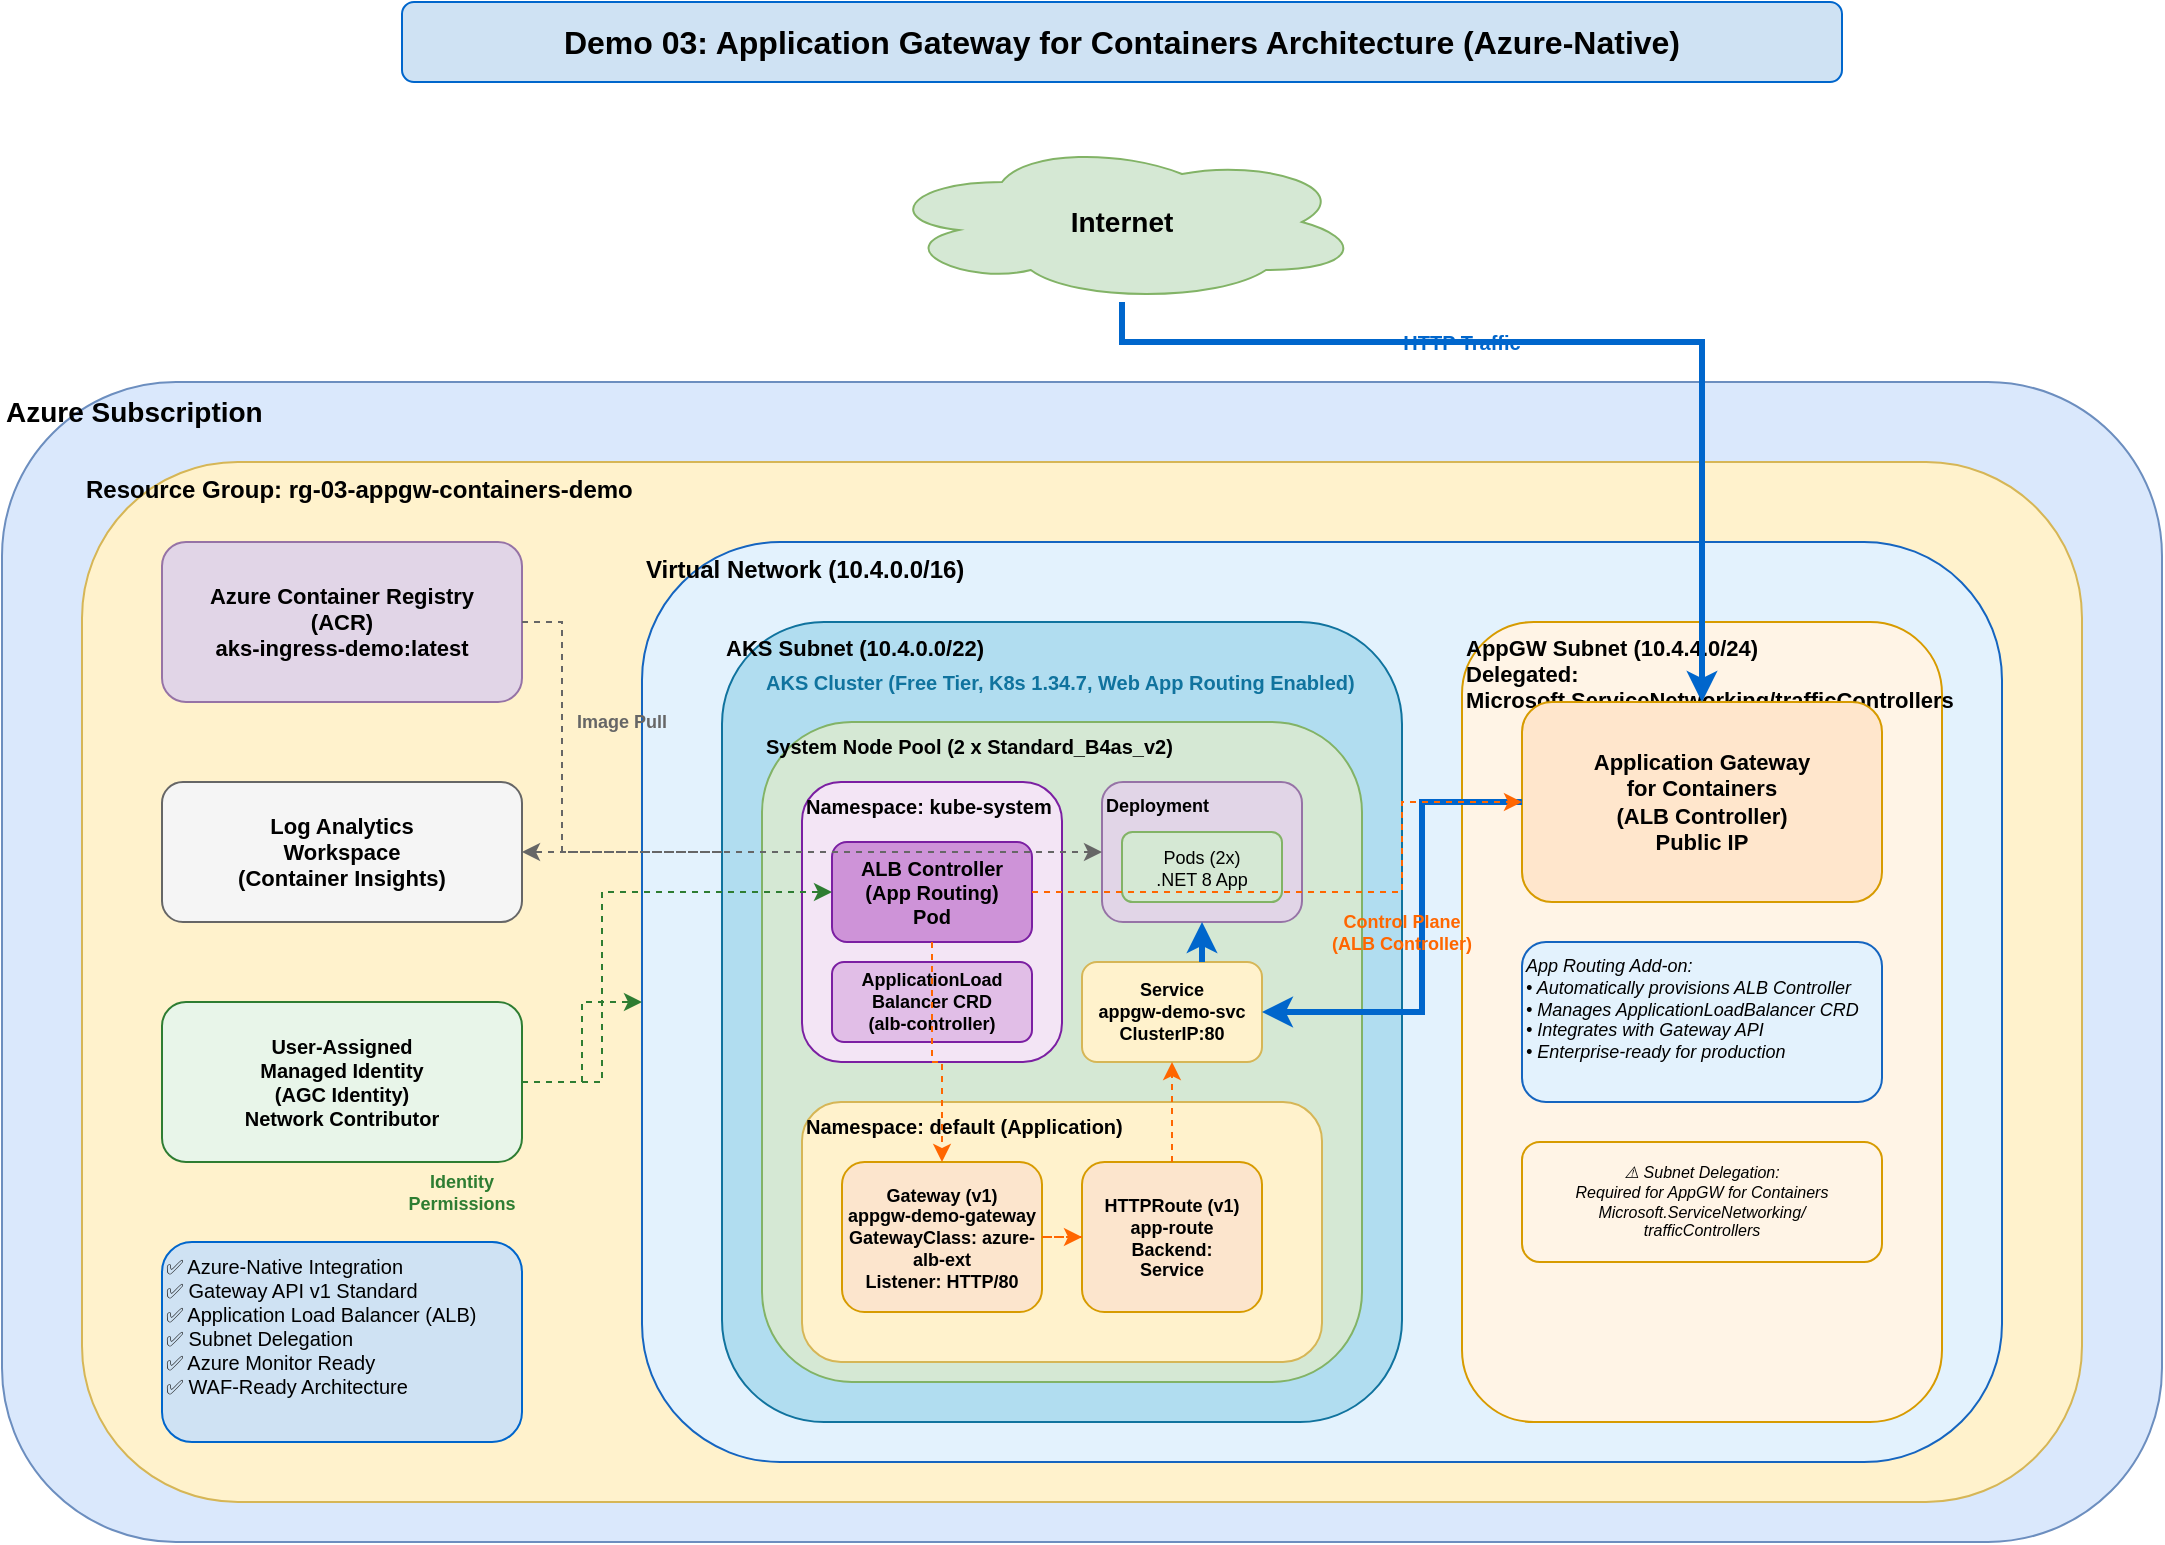
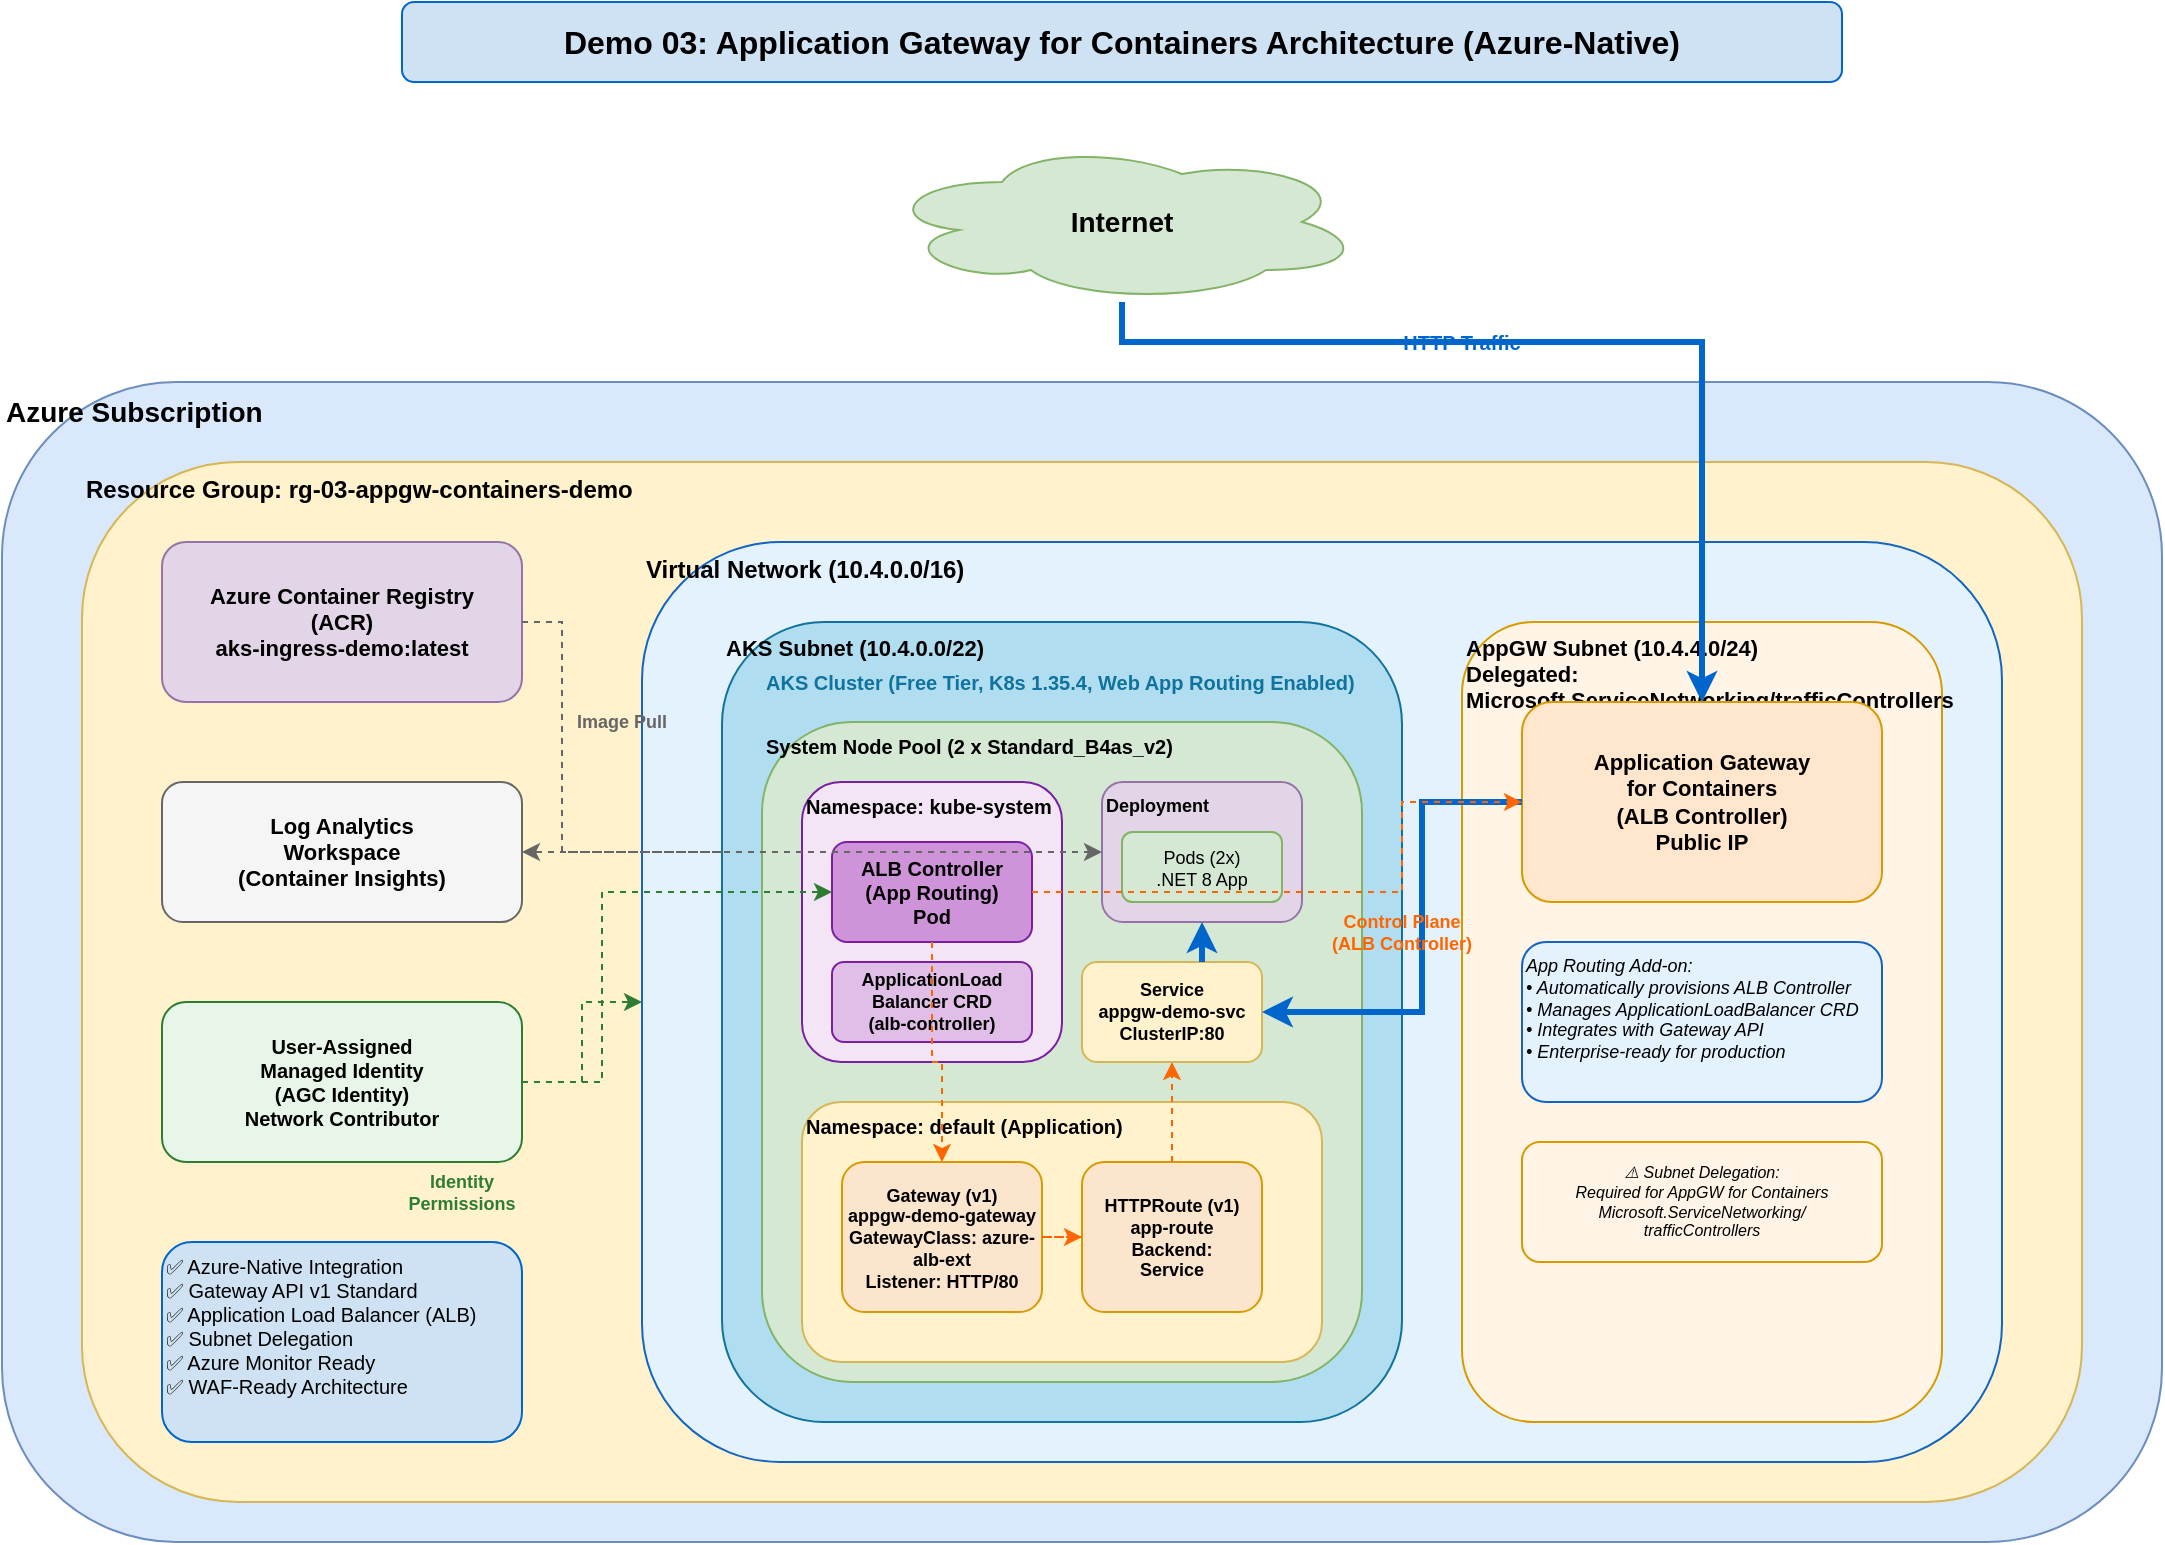
<mxfile host="app.diagrams.net" modified="2026-05-21T12:17:00.000Z" agent="draw.io" version="24.0.0">
  <diagram name="Application Gateway for Containers Architecture" id="appgw-containers-arch">
    <mxGraphModel dx="1422" dy="794" grid="1" gridSize="10" guides="1" tooltips="1" connect="1" arrows="1" fold="1" page="1" pageScale="1" pageWidth="1169" pageHeight="827" math="0" shadow="0">
      <root>
        <mxCell id="0" />
        <mxCell id="1" parent="0" />

        <!-- Title -->
        <mxCell id="title" value="Demo 03: Application Gateway for Containers Architecture (Azure-Native)" style="text;html=1;strokeColor=#0066cc;fillColor=#cfe2f3;align=center;verticalAlign=middle;whiteSpace=wrap;rounded=1;fontStyle=1;fontSize=16;" vertex="1" parent="1">
          <mxGeometry x="240" y="30" width="720" height="40" as="geometry" />
        </mxCell>

        <!-- Internet Cloud -->
        <mxCell id="internet" value="Internet" style="ellipse;shape=cloud;whiteSpace=wrap;html=1;fillColor=#d5e8d4;strokeColor=#82b366;fontSize=14;fontStyle=1" vertex="1" parent="1">
          <mxGeometry x="480" y="100" width="240" height="80" as="geometry" />
        </mxCell>

        <!-- Azure Subscription Box -->
        <mxCell id="azure-sub" value="Azure Subscription" style="rounded=1;whiteSpace=wrap;html=1;fillColor=#dae8fc;strokeColor=#6c8ebf;verticalAlign=top;fontStyle=1;fontSize=14;align=left;" vertex="1" parent="1">
          <mxGeometry x="40" y="220" width="1080" height="580" as="geometry" />
        </mxCell>

        <!-- Resource Group -->
        <mxCell id="rg" value="Resource Group: rg-03-appgw-containers-demo" style="rounded=1;whiteSpace=wrap;html=1;fillColor=#fff2cc;strokeColor=#d6b656;verticalAlign=top;fontStyle=1;fontSize=12;align=left;" vertex="1" parent="1">
          <mxGeometry x="80" y="260" width="1000" height="520" as="geometry" />
        </mxCell>

        <!-- Virtual Network -->
        <mxCell id="vnet" value="Virtual Network (10.4.0.0/16)" style="rounded=1;whiteSpace=wrap;html=1;fillColor=#e3f2fd;strokeColor=#1565c0;verticalAlign=top;fontStyle=1;fontSize=12;align=left;" vertex="1" parent="1">
          <mxGeometry x="360" y="300" width="680" height="460" as="geometry" />
        </mxCell>

        <!-- AKS Subnet -->
        <mxCell id="aks-subnet" value="AKS Subnet (10.4.0.0/22)" style="rounded=1;whiteSpace=wrap;html=1;fillColor=#b1ddf0;strokeColor=#10739e;verticalAlign=top;fontStyle=1;fontSize=11;align=left;" vertex="1" parent="1">
          <mxGeometry x="400" y="340" width="340" height="400" as="geometry" />
        </mxCell>

        <!-- AppGW Subnet -->
        <mxCell id="appgw-subnet" value="AppGW Subnet (10.4.4.0/24)&#xa;Delegated: Microsoft.ServiceNetworking/trafficControllers" style="rounded=1;whiteSpace=wrap;html=1;fillColor=#fff4e6;strokeColor=#d79b00;verticalAlign=top;fontStyle=1;fontSize=11;align=left;" vertex="1" parent="1">
          <mxGeometry x="770" y="340" width="240" height="400" as="geometry" />
        </mxCell>

        <!-- Azure Container Registry -->
        <mxCell id="acr" value="Azure Container Registry&#xa;(ACR)&#xa;aks-ingress-demo:latest" style="rounded=1;whiteSpace=wrap;html=1;fillColor=#e1d5e7;strokeColor=#9673a6;fontSize=11;fontStyle=1" vertex="1" parent="1">
          <mxGeometry x="120" y="300" width="180" height="80" as="geometry" />
        </mxCell>

        <!-- Application Gateway for Containers -->
        <mxCell id="appgw" value="Application Gateway&#xa;for Containers&#xa;(ALB Controller)&#xa;Public IP" style="rounded=1;whiteSpace=wrap;html=1;fillColor=#ffe6cc;strokeColor=#d79b00;fontSize=11;fontStyle=1" vertex="1" parent="1">
          <mxGeometry x="800" y="380" width="180" height="100" as="geometry" />
        </mxCell>

        <!-- AKS Cluster -->
-         <mxCell id="aks-label" value="AKS Cluster (Free Tier, K8s 1.34.7, Web App Routing Enabled)" style="text;html=1;strokeColor=none;fillColor=none;align=left;verticalAlign=middle;whiteSpace=wrap;fontSize=10;fontStyle=1;fontColor=#10739e" vertex="1" parent="1">
+         <mxCell id="aks-label" value="AKS Cluster (Free Tier, K8s 1.35.4, Web App Routing Enabled)" style="text;html=1;strokeColor=none;fillColor=none;align=left;verticalAlign=middle;whiteSpace=wrap;fontSize=10;fontStyle=1;fontColor=#10739e" vertex="1" parent="1">
          <mxGeometry x="420" y="360" width="300" height="20" as="geometry" />
        </mxCell>

        <!-- System Node Pool -->
        <mxCell id="nodepool" value="System Node Pool (2 x Standard_B4as_v2)" style="rounded=1;whiteSpace=wrap;html=1;fillColor=#d5e8d4;strokeColor=#82b366;verticalAlign=top;fontStyle=1;fontSize=10;align=left;" vertex="1" parent="1">
          <mxGeometry x="420" y="390" width="300" height="330" as="geometry" />
        </mxCell>

        <!-- Namespace: kube-system -->
        <mxCell id="kube-system" value="Namespace: kube-system" style="rounded=1;whiteSpace=wrap;html=1;fillColor=#f3e5f5;strokeColor=#7b1fa2;verticalAlign=top;fontStyle=1;fontSize=10;align=left;" vertex="1" parent="1">
          <mxGeometry x="440" y="420" width="130" height="140" as="geometry" />
        </mxCell>

        <!-- ALB Controller -->
        <mxCell id="alb-controller" value="ALB Controller&#xa;(App Routing)&#xa;Pod" style="rounded=1;whiteSpace=wrap;html=1;fillColor=#ce93d8;strokeColor=#7b1fa2;fontSize=10;fontStyle=1" vertex="1" parent="1">
          <mxGeometry x="455" y="450" width="100" height="50" as="geometry" />
        </mxCell>

        <!-- ApplicationLoadBalancer CRD -->
        <mxCell id="alb-crd" value="ApplicationLoad&#xa;Balancer CRD&#xa;(alb-controller)" style="rounded=1;whiteSpace=wrap;html=1;fillColor=#e1bee7;strokeColor=#7b1fa2;fontSize=9;fontStyle=1" vertex="1" parent="1">
          <mxGeometry x="455" y="510" width="100" height="40" as="geometry" />
        </mxCell>

        <!-- Namespace: default -->
        <mxCell id="default-ns" value="Namespace: default (Application)" style="rounded=1;whiteSpace=wrap;html=1;fillColor=#fff2cc;strokeColor=#d6b656;verticalAlign=top;fontStyle=1;fontSize=10;align=left;" vertex="1" parent="1">
          <mxGeometry x="440" y="580" width="260" height="130" as="geometry" />
        </mxCell>

        <!-- Gateway Resource -->
        <mxCell id="gateway" value="Gateway (v1)&#xa;appgw-demo-gateway&#xa;GatewayClass: azure-alb-ext&#xa;Listener: HTTP/80" style="rounded=1;whiteSpace=wrap;html=1;fillColor=#fce5cd;strokeColor=#d79b00;fontSize=9;fontStyle=1" vertex="1" parent="1">
          <mxGeometry x="460" y="610" width="100" height="75" as="geometry" />
        </mxCell>

        <!-- HTTPRoute -->
        <mxCell id="httproute" value="HTTPRoute (v1)&#xa;app-route&#xa;Backend:&#xa;Service" style="rounded=1;whiteSpace=wrap;html=1;fillColor=#fce5cd;strokeColor=#d79b00;fontSize=9;fontStyle=1" vertex="1" parent="1">
          <mxGeometry x="580" y="610" width="90" height="75" as="geometry" />
        </mxCell>

        <!-- Service -->
        <mxCell id="service" value="Service&#xa;appgw-demo-svc&#xa;ClusterIP:80" style="rounded=1;whiteSpace=wrap;html=1;fillColor=#fff2cc;strokeColor=#d6b656;fontSize=9;fontStyle=1" vertex="1" parent="1">
          <mxGeometry x="580" y="510" width="90" height="50" as="geometry" />
        </mxCell>

        <!-- Deployment -->
        <mxCell id="deployment" value="Deployment" style="rounded=1;whiteSpace=wrap;html=1;fillColor=#e1d5e7;strokeColor=#9673a6;verticalAlign=top;fontStyle=1;fontSize=9;align=left;" vertex="1" parent="1">
          <mxGeometry x="590" y="420" width="100" height="70" as="geometry" />
        </mxCell>

        <mxCell id="pods" value="Pods (2x)&#xa;.NET 8 App" style="rounded=1;whiteSpace=wrap;html=1;fillColor=#d5e8d4;strokeColor=#82b366;fontSize=9" vertex="1" parent="1">
          <mxGeometry x="600" y="445" width="80" height="35" as="geometry" />
        </mxCell>

        <!-- Log Analytics -->
        <mxCell id="logs" value="Log Analytics&#xa;Workspace&#xa;(Container Insights)" style="rounded=1;whiteSpace=wrap;html=1;fillColor=#f5f5f5;strokeColor=#666666;fontSize=11;fontStyle=1" vertex="1" parent="1">
          <mxGeometry x="120" y="420" width="180" height="70" as="geometry" />
        </mxCell>

        <!-- User Managed Identity -->
        <mxCell id="identity" value="User-Assigned&#xa;Managed Identity&#xa;(AGC Identity)&#xa;Network Contributor" style="rounded=1;whiteSpace=wrap;html=1;fillColor=#e8f5e9;strokeColor=#2e7d32;fontSize=10;fontStyle=1" vertex="1" parent="1">
          <mxGeometry x="120" y="530" width="180" height="80" as="geometry" />
        </mxCell>

        <!-- Traffic Arrows -->
        <mxCell id="arrow1" style="edgeStyle=orthogonalEdgeStyle;rounded=0;orthogonalLoop=1;jettySize=auto;html=1;strokeWidth=3;strokeColor=#0066CC;" edge="1" parent="1" source="internet" target="appgw">
          <mxGeometry relative="1" as="geometry">
            <Array as="points">
              <mxPoint x="600" y="200" />
              <mxPoint x="890" y="200" />
            </Array>
          </mxGeometry>
        </mxCell>

        <mxCell id="arrow2" style="edgeStyle=orthogonalEdgeStyle;rounded=0;orthogonalLoop=1;jettySize=auto;html=1;strokeWidth=3;strokeColor=#0066CC;" edge="1" parent="1" source="appgw" target="service">
          <mxGeometry relative="1" as="geometry">
            <Array as="points">
              <mxPoint x="750" y="430" />
              <mxPoint x="750" y="535" />
            </Array>
          </mxGeometry>
        </mxCell>

        <mxCell id="arrow3" style="edgeStyle=orthogonalEdgeStyle;rounded=0;orthogonalLoop=1;jettySize=auto;html=1;strokeWidth=3;strokeColor=#0066CC;" edge="1" parent="1" source="service" target="deployment">
          <mxGeometry relative="1" as="geometry">
            <Array as="points">
              <mxPoint x="640" y="505" />
              <mxPoint x="640" y="505" />
            </Array>
          </mxGeometry>
        </mxCell>

        <!-- Control Plane Arrows -->
        <mxCell id="arrow4" style="edgeStyle=orthogonalEdgeStyle;rounded=0;orthogonalLoop=1;jettySize=auto;html=1;strokeWidth=1;strokeColor=#FF6600;dashed=1;" edge="1" parent="1" source="alb-controller" target="appgw">
          <mxGeometry relative="1" as="geometry">
            <Array as="points">
              <mxPoint x="740" y="475" />
              <mxPoint x="740" y="430" />
            </Array>
          </mxGeometry>
        </mxCell>

        <mxCell id="arrow5" style="edgeStyle=orthogonalEdgeStyle;rounded=0;orthogonalLoop=1;jettySize=auto;html=1;strokeWidth=1;strokeColor=#FF6600;dashed=1;" edge="1" parent="1" source="alb-controller" target="gateway">
          <mxGeometry relative="1" as="geometry">
            <Array as="points">
              <mxPoint x="505" y="560" />
              <mxPoint x="510" y="560" />
            </Array>
          </mxGeometry>
        </mxCell>

        <mxCell id="arrow6" style="edgeStyle=orthogonalEdgeStyle;rounded=0;orthogonalLoop=1;jettySize=auto;html=1;strokeWidth=1;strokeColor=#FF6600;dashed=1;" edge="1" parent="1" source="gateway" target="httproute">
          <mxGeometry relative="1" as="geometry" />
        </mxCell>

        <mxCell id="arrow7" style="edgeStyle=orthogonalEdgeStyle;rounded=0;orthogonalLoop=1;jettySize=auto;html=1;strokeWidth=1;strokeColor=#FF6600;dashed=1;" edge="1" parent="1" source="httproute" target="service">
          <mxGeometry relative="1" as="geometry">
            <Array as="points">
              <mxPoint x="625" y="590" />
              <mxPoint x="625" y="590" />
            </Array>
          </mxGeometry>
        </mxCell>

        <!-- ACR Pull Arrow -->
        <mxCell id="arrow8" style="edgeStyle=orthogonalEdgeStyle;rounded=0;orthogonalLoop=1;jettySize=auto;html=1;strokeWidth=1;strokeColor=#666666;dashed=1;" edge="1" parent="1" source="acr" target="deployment">
          <mxGeometry relative="1" as="geometry">
            <Array as="points">
              <mxPoint x="320" y="340" />
              <mxPoint x="320" y="455" />
            </Array>
          </mxGeometry>
        </mxCell>

        <!-- Monitoring Arrow -->
        <mxCell id="arrow9" style="edgeStyle=orthogonalEdgeStyle;rounded=0;orthogonalLoop=1;jettySize=auto;html=1;strokeWidth=1;strokeColor=#666666;dashed=1;" edge="1" parent="1" source="aks-subnet" target="logs">
          <mxGeometry relative="1" as="geometry">
            <Array as="points">
              <mxPoint x="340" y="455" />
              <mxPoint x="340" y="455" />
            </Array>
          </mxGeometry>
        </mxCell>

        <!-- Identity Arrow -->
        <mxCell id="arrow10" style="edgeStyle=orthogonalEdgeStyle;rounded=0;orthogonalLoop=1;jettySize=auto;html=1;strokeWidth=1;strokeColor=#2e7d32;dashed=1;" edge="1" parent="1" source="identity" target="vnet">
          <mxGeometry relative="1" as="geometry">
            <Array as="points">
              <mxPoint x="330" y="570" />
              <mxPoint x="330" y="530" />
            </Array>
          </mxGeometry>
        </mxCell>

        <mxCell id="arrow11" style="edgeStyle=orthogonalEdgeStyle;rounded=0;orthogonalLoop=1;jettySize=auto;html=1;strokeWidth=1;strokeColor=#2e7d32;dashed=1;" edge="1" parent="1" source="identity" target="alb-controller">
          <mxGeometry relative="1" as="geometry">
            <Array as="points">
              <mxPoint x="340" y="570" />
              <mxPoint x="340" y="475" />
            </Array>
          </mxGeometry>
        </mxCell>

        <!-- Labels -->
        <mxCell id="label1" value="HTTP Traffic" style="text;html=1;align=center;verticalAlign=middle;whiteSpace=wrap;fontSize=10;fontColor=#0066CC;fontStyle=1" vertex="1" parent="1">
          <mxGeometry x="730" y="190" width="80" height="20" as="geometry" />
        </mxCell>

        <mxCell id="label2" value="Control Plane&#xa;(ALB Controller)" style="text;html=1;align=center;verticalAlign=middle;whiteSpace=wrap;fontSize=9;fontColor=#FF6600;fontStyle=1" vertex="1" parent="1">
          <mxGeometry x="700" y="480" width="80" height="30" as="geometry" />
        </mxCell>

        <mxCell id="label3" value="Image Pull" style="text;html=1;align=center;verticalAlign=middle;whiteSpace=wrap;fontSize=9;fontColor=#666666;fontStyle=1" vertex="1" parent="1">
          <mxGeometry x="320" y="380" width="60" height="20" as="geometry" />
        </mxCell>

        <mxCell id="label4" value="Identity Permissions" style="text;html=1;align=center;verticalAlign=middle;whiteSpace=wrap;fontSize=9;fontColor=#2e7d32;fontStyle=1" vertex="1" parent="1">
          <mxGeometry x="240" y="610" width="60" height="30" as="geometry" />
        </mxCell>

        <!-- Key Features Box -->
        <mxCell id="features" value="✅ Azure-Native Integration&#xa;✅ Gateway API v1 Standard&#xa;✅ Application Load Balancer (ALB)&#xa;✅ Subnet Delegation&#xa;✅ Azure Monitor Ready&#xa;✅ WAF-Ready Architecture" style="text;html=1;strokeColor=#0066cc;fillColor=#cfe2f3;align=left;verticalAlign=top;whiteSpace=wrap;rounded=1;fontSize=10;fontStyle=0" vertex="1" parent="1">
          <mxGeometry x="120" y="650" width="180" height="100" as="geometry" />
        </mxCell>

        <!-- Architecture Note -->
        <mxCell id="note" value="App Routing Add-on:&#xa;• Automatically provisions ALB Controller&#xa;• Manages ApplicationLoadBalancer CRD&#xa;• Integrates with Gateway API&#xa;• Enterprise-ready for production" style="text;html=1;strokeColor=#1565c0;fillColor=#e3f2fd;align=left;verticalAlign=top;whiteSpace=wrap;rounded=1;fontSize=9;fontStyle=2" vertex="1" parent="1">
          <mxGeometry x="800" y="500" width="180" height="80" as="geometry" />
        </mxCell>

        <!-- Delegated Subnet Notice -->
        <mxCell id="delegation" value="⚠️ Subnet Delegation:&#xa;Required for AppGW for Containers&#xa;Microsoft.ServiceNetworking/&#xa;trafficControllers" style="text;html=1;strokeColor=#d79b00;fillColor=#fff4e6;align=center;verticalAlign=middle;whiteSpace=wrap;rounded=1;fontSize=8;fontStyle=2" vertex="1" parent="1">
          <mxGeometry x="800" y="600" width="180" height="60" as="geometry" />
        </mxCell>

      </root>
    </mxGraphModel>
  </diagram>
</mxfile>
